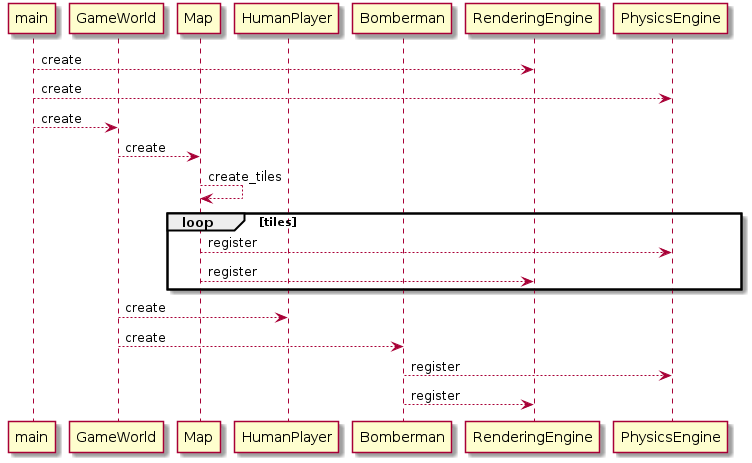
NadzwyczajnaGrupaRobocza/bomberman keeps this PlantUML diagram as docs/img/UC_1_1.png. Above is the earlier version.
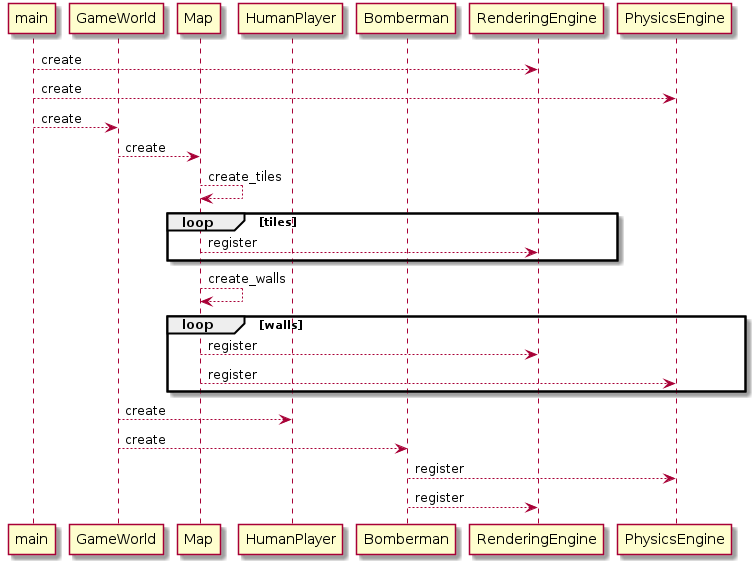
After the change.

Commit message:
Split creation of map to tiles and walls

Change to the diagram source:
```diff
@@ -13,11 +13,16 @@
 main --> PhysicsEngine : create
 main --> GameWorld : create
 GameWorld --> Map : create
+
 Map --> Map : create_tiles
+loop tiles
+  Map --> RenderingEngine : register
+end
 
-loop tiles
+Map --> Map : create_walls
+loop walls
+  Map --> RenderingEngine : register
   Map --> PhysicsEngine : register
-  Map --> RenderingEngine : register
 end
 
 GameWorld --> HumanPlayer : create
```
